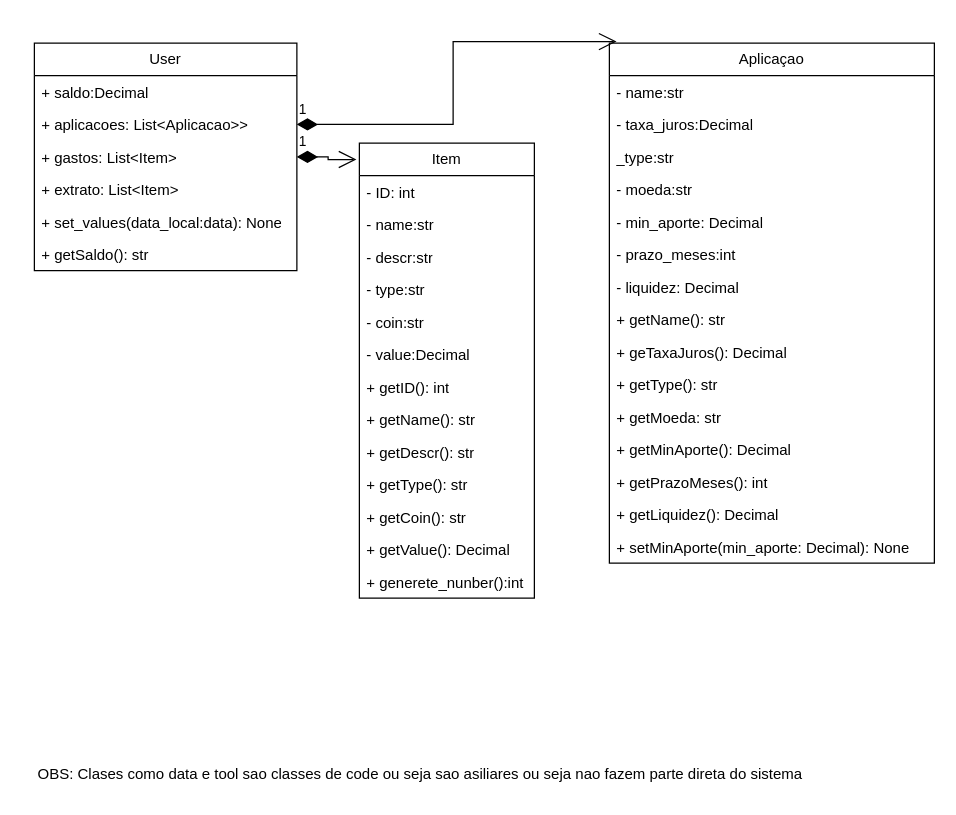
The draw.io diagram doc/CoreOS_Finace_UML.drawio in QuittoGames/CoreOS_Finace, before the edit. Source tidied: cells renumbered, new cells numbered last; positions are measured from the earlier drawing's top-left corner, leaving out a move shared by most shapes. Both pictures are drawn from the tidied source at 125%, with x=0, y=0 at pixel (21, 42).
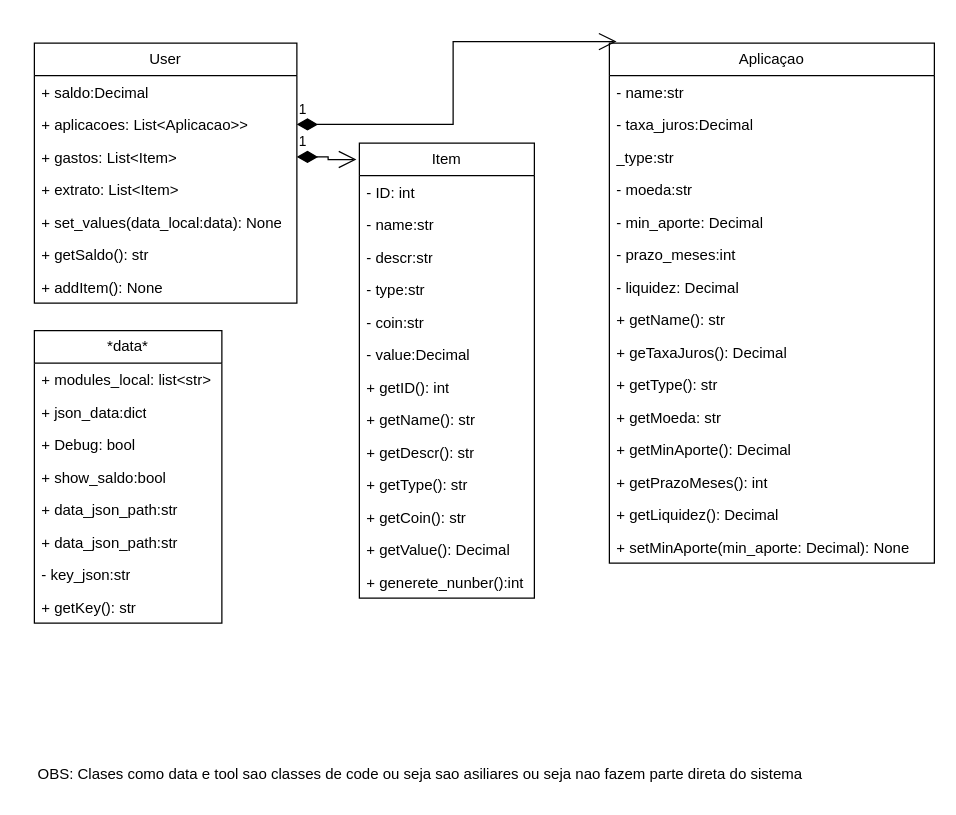
The same diagram, later.

Diff of the diagram source:
```diff
@@
     <mxCell id="2" value="User" style="swimlane;fontStyle=0;horizontal=1;startSize=26;fillColor=none;whiteSpace=wrap;html=1;" parent="1" vertex="1">
-      <mxGeometry x="10" width="210" height="182" as="geometry" />
+      <mxGeometry x="10" width="210" height="208" as="geometry" />
     </mxCell>
@@
+    <mxCell id="42" value="&lt;div&gt;+ addItem(): None&lt;/div&gt;" style="text;strokeColor=none;fillColor=none;align=left;verticalAlign=top;spacingLeft=4;spacingRight=4;overflow=hidden;whiteSpace=wrap;html=1;" parent="2" vertex="1">
+      <mxGeometry y="182" width="210" height="26" as="geometry" />
+    </mxCell>
@@
+    <mxCell id="43" value="*data*" style="swimlane;fontStyle=0;horizontal=1;startSize=26;fillColor=none;whiteSpace=wrap;html=1;" parent="1" vertex="1">
+      <mxGeometry x="10" y="230" width="150" height="234" as="geometry" />
+    </mxCell>
+    <mxCell id="44" value="+ modules_local: list&amp;lt;str&amp;gt;" style="text;strokeColor=none;fillColor=none;align=left;verticalAlign=top;spacingLeft=4;spacingRight=4;overflow=hidden;whiteSpace=wrap;html=1;" parent="43" vertex="1">
+      <mxGeometry y="26" width="150" height="26" as="geometry" />
+    </mxCell>
+    <mxCell id="45" value="+ json_data:dict" style="text;strokeColor=none;fillColor=none;align=left;verticalAlign=top;spacingLeft=4;spacingRight=4;overflow=hidden;whiteSpace=wrap;html=1;" parent="43" vertex="1">
+      <mxGeometry y="52" width="150" height="26" as="geometry" />
+    </mxCell>
+    <mxCell id="46" value="+ Debug: bool" style="text;strokeColor=none;fillColor=none;align=left;verticalAlign=top;spacingLeft=4;spacingRight=4;overflow=hidden;whiteSpace=wrap;html=1;" parent="43" vertex="1">
+      <mxGeometry y="78" width="150" height="26" as="geometry" />
+    </mxCell>
+    <mxCell id="47" value="+ show_saldo:bool" style="text;strokeColor=none;fillColor=none;align=left;verticalAlign=top;spacingLeft=4;spacingRight=4;overflow=hidden;whiteSpace=wrap;html=1;" parent="43" vertex="1">
+      <mxGeometry y="104" width="150" height="26" as="geometry" />
+    </mxCell>
+    <mxCell id="48" value="+ data_json_path:str" style="text;strokeColor=none;fillColor=none;align=left;verticalAlign=top;spacingLeft=4;spacingRight=4;overflow=hidden;whiteSpace=wrap;html=1;" parent="43" vertex="1">
+      <mxGeometry y="130" width="150" height="26" as="geometry" />
+    </mxCell>
+    <mxCell id="49" value="+ data_json_path:str" style="text;strokeColor=none;fillColor=none;align=left;verticalAlign=top;spacingLeft=4;spacingRight=4;overflow=hidden;whiteSpace=wrap;html=1;" parent="43" vertex="1">
+      <mxGeometry y="156" width="150" height="26" as="geometry" />
+    </mxCell>
+    <mxCell id="50" value="- key_json:str" style="text;strokeColor=none;fillColor=none;align=left;verticalAlign=top;spacingLeft=4;spacingRight=4;overflow=hidden;whiteSpace=wrap;html=1;" parent="43" vertex="1">
+      <mxGeometry y="182" width="150" height="26" as="geometry" />
+    </mxCell>
+    <mxCell id="51" value="+ getKey(): str" style="text;strokeColor=none;fillColor=none;align=left;verticalAlign=top;spacingLeft=4;spacingRight=4;overflow=hidden;whiteSpace=wrap;html=1;" parent="43" vertex="1">
+      <mxGeometry y="208" width="150" height="26" as="geometry" />
+    </mxCell>
```
